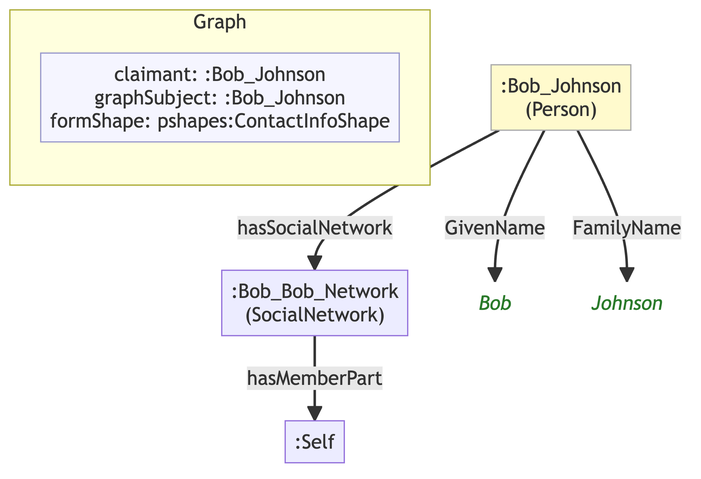
Earlier version of the Mermaid export example/graphs/images/graph-02.png (MeeFoundation/mia-ontologies). Its source is kept beside it as example/graphs/images/graph-02.mmd.
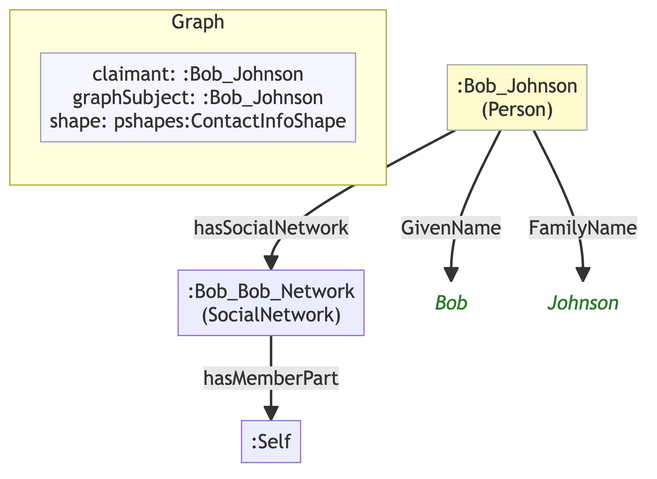
Above is the later version.

What changed in the source:
```diff
@@ -7,16 +7,16 @@
 
     subgraph ctx["Graph"]
         direction LR
-        ctx_meta["claimant: :Bob_Johnson\ngraphSubject: :Bob_Johnson\nformShape: pshapes:ContactInfoShape"]:::meta
+        ctx_meta["claimant: :Bob_Johnson\ngraphSubject: :Bob_Johnson\nshape: pshapes:ContactInfoShape"]:::meta
     end
 
     neae384a4670c[":Bob_Bob_Network\n(SocialNetwork)"]
     nca0dda0e6750[":Self"]
     ncec7d6304e56[":Bob_Johnson\n(Person)"]:::person
-    n06c156afc905("Bob"):::lit
-    ned55b19a54ec("Johnson"):::lit
+    nc15c8b79a971("Bob"):::lit
+    n8596c4136ed9("Johnson"):::lit
 
     neae384a4670c -->|"hasMemberPart"| nca0dda0e6750
-    ncec7d6304e56 -->|"GivenName"| n06c156afc905
-    ncec7d6304e56 -->|"FamilyName"| ned55b19a54ec
+    ncec7d6304e56 -->|"GivenName"| nc15c8b79a971
+    ncec7d6304e56 -->|"FamilyName"| n8596c4136ed9
     ncec7d6304e56 -->|"hasSocialNetwork"| neae384a4670c
```
